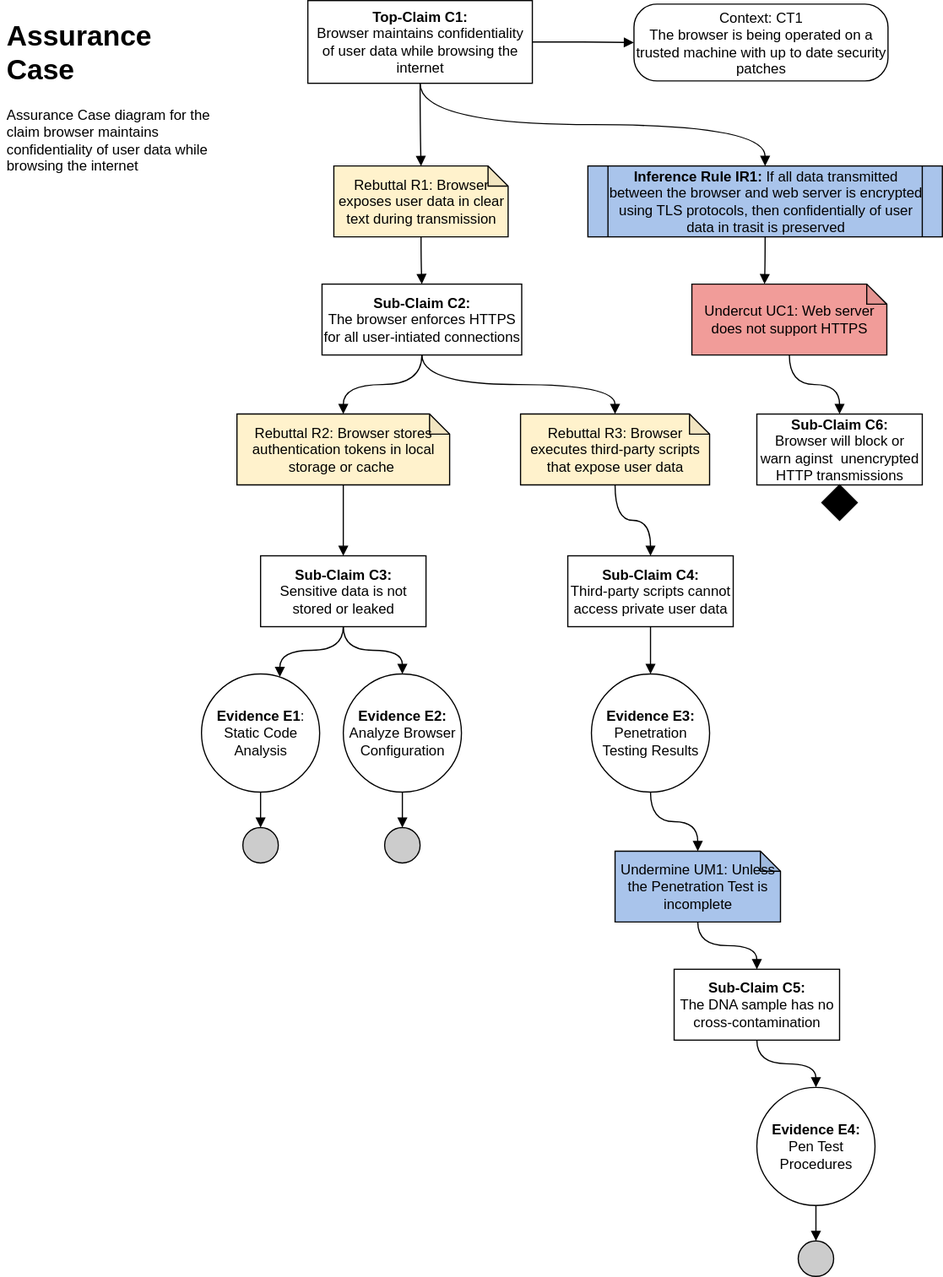
Earlier version of the draw.io export docs/Navigate_URL_Assurance_Case.svg (chauler/CYBR8420-Team5-Project). Source tidied: cells renumbered, new cells last; positions are measured from the earlier drawing's top-left corner, leaving out a move shared by most shapes. Its diagram source:
```xml
<mxGraphModel>
  <root>
    <mxCell id="0" />
    <mxCell id="1" parent="0" />
    <mxCell id="2" value="&lt;h1&gt;Assurance Case&lt;/h1&gt;&lt;p&gt;Assurance Case diagram for the claim browser maintains confidentiality of user data while browsing the internet&lt;/p&gt;" style="text;html=1;strokeColor=none;fillColor=none;spacing=5;spacingTop=-20;whiteSpace=wrap;overflow=hidden;rounded=0;" parent="1" vertex="1">
      <mxGeometry y="10" width="190" height="150" as="geometry" />
    </mxCell>
    <mxCell id="3" style="edgeStyle=orthogonalEdgeStyle;rounded=0;jettySize=auto;html=1;exitX=1;exitY=0.5;exitDx=0;exitDy=0;entryX=0;entryY=0.5;entryDx=0;entryDy=0;endArrow=block;endFill=1;" parent="1" edge="1" source="6" target="7">
      <mxGeometry relative="1" as="geometry" />
    </mxCell>
    <mxCell id="4" style="edgeStyle=orthogonalEdgeStyle;rounded=0;jettySize=auto;html=1;endArrow=block;endFill=1;curved=1;" parent="1" edge="1" source="6" target="9">
      <mxGeometry relative="1" as="geometry" />
    </mxCell>
    <mxCell id="5" style="edgeStyle=orthogonalEdgeStyle;curved=1;rounded=0;jettySize=auto;html=1;exitX=0.5;exitY=1;exitDx=0;exitDy=0;endArrow=block;endFill=1;" parent="1" edge="1" source="6" target="38">
      <mxGeometry relative="1" as="geometry" />
    </mxCell>
    <mxCell id="6" value="&lt;b&gt;Top-Claim C1:&lt;br&gt;&lt;/b&gt;Browser maintains confidentiality of user data while browsing the internet" style="rounded=0;whiteSpace=wrap;html=1;" parent="1" vertex="1">
      <mxGeometry x="260" width="190" height="70" as="geometry" />
    </mxCell>
    <mxCell id="7" value="Context: CT1&lt;br&gt;The browser is being operated on a trusted machine with up to date security patches" style="rounded=1;whiteSpace=wrap;html=1;arcSize=30;" parent="1" vertex="1">
      <mxGeometry x="536" y="3" width="215" height="65" as="geometry" />
    </mxCell>
    <mxCell id="8" style="edgeStyle=orthogonalEdgeStyle;curved=1;rounded=0;jettySize=auto;html=1;endArrow=block;endFill=1;" parent="1" edge="1" source="9" target="12">
      <mxGeometry relative="1" as="geometry" />
    </mxCell>
    <mxCell id="9" value="Rebuttal R1: Browser exposes user data in clear text during transmission" style="shape=note;whiteSpace=wrap;html=1;backgroundOutline=1;darkOpacity=0.05;size=17;fillColor=#FFF2CC;" parent="1" vertex="1">
      <mxGeometry x="282" y="140" width="147.5" height="60" as="geometry" />
    </mxCell>
    <mxCell id="10" style="edgeStyle=orthogonalEdgeStyle;curved=1;rounded=0;jettySize=auto;html=1;exitX=0.5;exitY=1;exitDx=0;exitDy=0;entryX=0.5;entryY=0;entryDx=0;entryDy=0;entryPerimeter=0;endArrow=block;endFill=1;" parent="1" edge="1" source="12" target="14">
      <mxGeometry relative="1" as="geometry" />
    </mxCell>
    <mxCell id="11" style="edgeStyle=orthogonalEdgeStyle;curved=1;rounded=0;jettySize=auto;html=1;exitX=0.5;exitY=1;exitDx=0;exitDy=0;entryX=0.5;entryY=0;entryDx=0;entryDy=0;entryPerimeter=0;endArrow=block;endFill=1;" parent="1" edge="1" source="12" target="16">
      <mxGeometry relative="1" as="geometry" />
    </mxCell>
    <mxCell id="12" value="&lt;b&gt;Sub-Claim C2:&lt;br&gt;&lt;/b&gt;The browser enforces HTTPS for all user-intiated connections" style="rounded=0;whiteSpace=wrap;html=1;" parent="1" vertex="1">
      <mxGeometry x="272" y="240" width="169" height="60" as="geometry" />
    </mxCell>
    <mxCell id="13" style="edgeStyle=orthogonalEdgeStyle;curved=1;rounded=0;jettySize=auto;html=1;exitX=0.5;exitY=1;exitDx=0;exitDy=0;exitPerimeter=0;entryX=0.5;entryY=0;entryDx=0;entryDy=0;endArrow=block;endFill=1;" parent="1" edge="1" source="14" target="19">
      <mxGeometry relative="1" as="geometry" />
    </mxCell>
    <mxCell id="14" value="Rebuttal R2: Browser stores authentication tokens in local storage or cache&amp;nbsp;" style="shape=note;whiteSpace=wrap;html=1;backgroundOutline=1;darkOpacity=0.05;size=17;fillColor=#FFF2CC;" parent="1" vertex="1">
      <mxGeometry x="200" y="350" width="180" height="60" as="geometry" />
    </mxCell>
    <mxCell id="15" style="edgeStyle=orthogonalEdgeStyle;curved=1;rounded=0;jettySize=auto;html=1;endArrow=block;endFill=1;" parent="1" edge="1" source="16" target="21">
      <mxGeometry relative="1" as="geometry" />
    </mxCell>
    <mxCell id="16" value="Rebuttal R3: Browser executes third-party scripts that expose user data" style="shape=note;whiteSpace=wrap;html=1;backgroundOutline=1;darkOpacity=0.05;size=17;fillColor=#FFF2CC;" parent="1" vertex="1">
      <mxGeometry x="440" y="350" width="160" height="60" as="geometry" />
    </mxCell>
    <mxCell id="17" style="edgeStyle=orthogonalEdgeStyle;curved=1;rounded=0;jettySize=auto;html=1;exitX=0.5;exitY=1;exitDx=0;exitDy=0;entryX=0.663;entryY=0.025;entryDx=0;entryDy=0;entryPerimeter=0;endArrow=block;endFill=1;" parent="1" edge="1" source="19" target="23">
      <mxGeometry relative="1" as="geometry" />
    </mxCell>
    <mxCell id="18" style="edgeStyle=orthogonalEdgeStyle;curved=1;rounded=0;jettySize=auto;html=1;entryX=0.5;entryY=0;entryDx=0;entryDy=0;endArrow=block;endFill=1;" parent="1" edge="1" source="19" target="25">
      <mxGeometry relative="1" as="geometry" />
    </mxCell>
    <mxCell id="19" value="&lt;b&gt;Sub-Claim C3:&lt;br&gt;&lt;/b&gt;Sensitive data is not stored or leaked" style="rounded=0;whiteSpace=wrap;html=1;" parent="1" vertex="1">
      <mxGeometry x="220" y="470" width="140" height="60" as="geometry" />
    </mxCell>
    <mxCell id="20" style="edgeStyle=orthogonalEdgeStyle;curved=1;rounded=0;jettySize=auto;html=1;entryX=0.5;entryY=0;entryDx=0;entryDy=0;endArrow=block;endFill=1;" parent="1" edge="1" source="21" target="29">
      <mxGeometry relative="1" as="geometry" />
    </mxCell>
    <mxCell id="21" value="&lt;b&gt;Sub-Claim C4:&lt;br&gt;&lt;/b&gt;Third-party scripts cannot access private user data" style="rounded=0;whiteSpace=wrap;html=1;" parent="1" vertex="1">
      <mxGeometry x="480" y="470" width="140" height="60" as="geometry" />
    </mxCell>
    <mxCell id="22" style="edgeStyle=orthogonalEdgeStyle;curved=1;rounded=0;jettySize=auto;html=1;entryX=0.5;entryY=0;entryDx=0;entryDy=0;endArrow=block;endFill=1;" parent="1" edge="1" source="23" target="26">
      <mxGeometry relative="1" as="geometry" />
    </mxCell>
    <mxCell id="23" value="&lt;b&gt;Evidence E1&lt;/b&gt;:&lt;br&gt;Static Code Analysis" style="ellipse;whiteSpace=wrap;html=1;fillColor=#ffffff;rounded=0;" parent="1" vertex="1">
      <mxGeometry x="170" y="570" width="100" height="100" as="geometry" />
    </mxCell>
    <mxCell id="24" style="edgeStyle=orthogonalEdgeStyle;curved=1;rounded=0;jettySize=auto;html=1;entryX=0.5;entryY=0;entryDx=0;entryDy=0;endArrow=block;endFill=1;" parent="1" edge="1" source="25" target="27">
      <mxGeometry relative="1" as="geometry" />
    </mxCell>
    <mxCell id="25" value="&lt;b&gt;Evidence E2:&lt;/b&gt;&lt;br&gt;Analyze Browser Configuration" style="ellipse;whiteSpace=wrap;html=1;fillColor=#ffffff;rounded=0;" parent="1" vertex="1">
      <mxGeometry x="290" y="570" width="100" height="100" as="geometry" />
    </mxCell>
    <mxCell id="26" style="ellipse;whiteSpace=wrap;html=1;fillColor=#CCCCCC;" parent="1" vertex="1">
      <mxGeometry x="205" y="700" width="30" height="30" as="geometry" />
    </mxCell>
    <mxCell id="27" style="ellipse;whiteSpace=wrap;html=1;fillColor=#CCCCCC;" parent="1" vertex="1">
      <mxGeometry x="325" y="700" width="30" height="30" as="geometry" />
    </mxCell>
    <mxCell id="28" style="edgeStyle=orthogonalEdgeStyle;curved=1;rounded=0;jettySize=auto;html=1;entryX=0.5;entryY=0;entryDx=0;entryDy=0;entryPerimeter=0;endArrow=block;endFill=1;" parent="1" edge="1" source="29" target="31">
      <mxGeometry relative="1" as="geometry" />
    </mxCell>
    <mxCell id="29" value="&lt;b&gt;Evidence E3:&lt;/b&gt;&lt;br&gt;Penetration Testing Results" style="ellipse;whiteSpace=wrap;html=1;fillColor=#ffffff;rounded=0;" parent="1" vertex="1">
      <mxGeometry x="500" y="570" width="100" height="100" as="geometry" />
    </mxCell>
    <mxCell id="30" style="edgeStyle=orthogonalEdgeStyle;curved=1;rounded=0;jettySize=auto;html=1;endArrow=block;endFill=1;" parent="1" edge="1" source="31" target="33">
      <mxGeometry relative="1" as="geometry" />
    </mxCell>
    <mxCell id="31" value="Undermine UM1: Unless the Penetration Test is incomplete" style="shape=note;whiteSpace=wrap;html=1;backgroundOutline=1;darkOpacity=0.05;size=17;fillColor=#A9C4EB;" parent="1" vertex="1">
      <mxGeometry x="520" y="720" width="140" height="60" as="geometry" />
    </mxCell>
    <mxCell id="32" style="edgeStyle=orthogonalEdgeStyle;curved=1;rounded=0;jettySize=auto;html=1;endArrow=block;endFill=1;" parent="1" edge="1" source="33" target="35">
      <mxGeometry relative="1" as="geometry" />
    </mxCell>
    <mxCell id="33" value="&lt;b&gt;Sub-Claim C5:&lt;br&gt;&lt;/b&gt;The DNA sample has no cross-contamination" style="rounded=0;whiteSpace=wrap;html=1;" parent="1" vertex="1">
      <mxGeometry x="570" y="820" width="140" height="60" as="geometry" />
    </mxCell>
    <mxCell id="34" style="edgeStyle=orthogonalEdgeStyle;curved=1;rounded=0;jettySize=auto;html=1;entryX=0.5;entryY=0;entryDx=0;entryDy=0;endArrow=block;endFill=1;" parent="1" edge="1" source="35" target="36">
      <mxGeometry relative="1" as="geometry" />
    </mxCell>
    <mxCell id="35" value="&lt;b&gt;Evidence E4:&lt;/b&gt;&lt;br&gt;Pen Test Procedures" style="ellipse;whiteSpace=wrap;html=1;fillColor=#ffffff;rounded=0;" parent="1" vertex="1">
      <mxGeometry x="640" y="920" width="100" height="100" as="geometry" />
    </mxCell>
    <mxCell id="36" style="ellipse;whiteSpace=wrap;html=1;fillColor=#CCCCCC;" parent="1" vertex="1">
      <mxGeometry x="675" y="1050" width="30" height="30" as="geometry" />
    </mxCell>
    <mxCell id="37" style="edgeStyle=orthogonalEdgeStyle;curved=1;rounded=0;jettySize=auto;html=1;entryX=0;entryY=0;entryDx=61.5;entryDy=0;entryPerimeter=0;endArrow=block;endFill=1;" parent="1" edge="1" source="38" target="40">
      <mxGeometry relative="1" as="geometry" />
    </mxCell>
    <mxCell id="38" value="&lt;b&gt;Inference Rule IR1: &lt;/b&gt;If all data transmitted between the browser and web server is encrypted using TLS protocols, then confidentially of user data in trasit is preserved" style="shape=process;whiteSpace=wrap;html=1;backgroundOutline=1;fillColor=#A9C4EB;size=0.05555555555555555;" parent="1" vertex="1">
      <mxGeometry x="497" y="140" width="300" height="60" as="geometry" />
    </mxCell>
    <mxCell id="39" style="edgeStyle=orthogonalEdgeStyle;curved=1;rounded=0;jettySize=auto;html=1;endArrow=block;endFill=1;" parent="1" edge="1" source="40" target="41">
      <mxGeometry relative="1" as="geometry" />
    </mxCell>
    <mxCell id="40" value="Undercut UC1: Web server does not support HTTPS" style="shape=note;whiteSpace=wrap;html=1;backgroundOutline=1;darkOpacity=0.05;size=17;fillColor=#F19C99;" parent="1" vertex="1">
      <mxGeometry x="585" y="240" width="165" height="60" as="geometry" />
    </mxCell>
    <mxCell id="41" value="&lt;b&gt;Sub-Claim C6:&lt;br&gt;&lt;/b&gt;Browser will block or warn aginst&amp;nbsp; unencrypted HTTP transmissions" style="rounded=0;whiteSpace=wrap;html=1;" parent="1" vertex="1">
      <mxGeometry x="640" y="350" width="140" height="60" as="geometry" />
    </mxCell>
    <mxCell id="42" style="rhombus;whiteSpace=wrap;html=1;fillColor=#000000;" parent="1" vertex="1">
      <mxGeometry x="695" y="410" width="30" height="30" as="geometry" />
    </mxCell>
  </root>
</mxGraphModel>
```
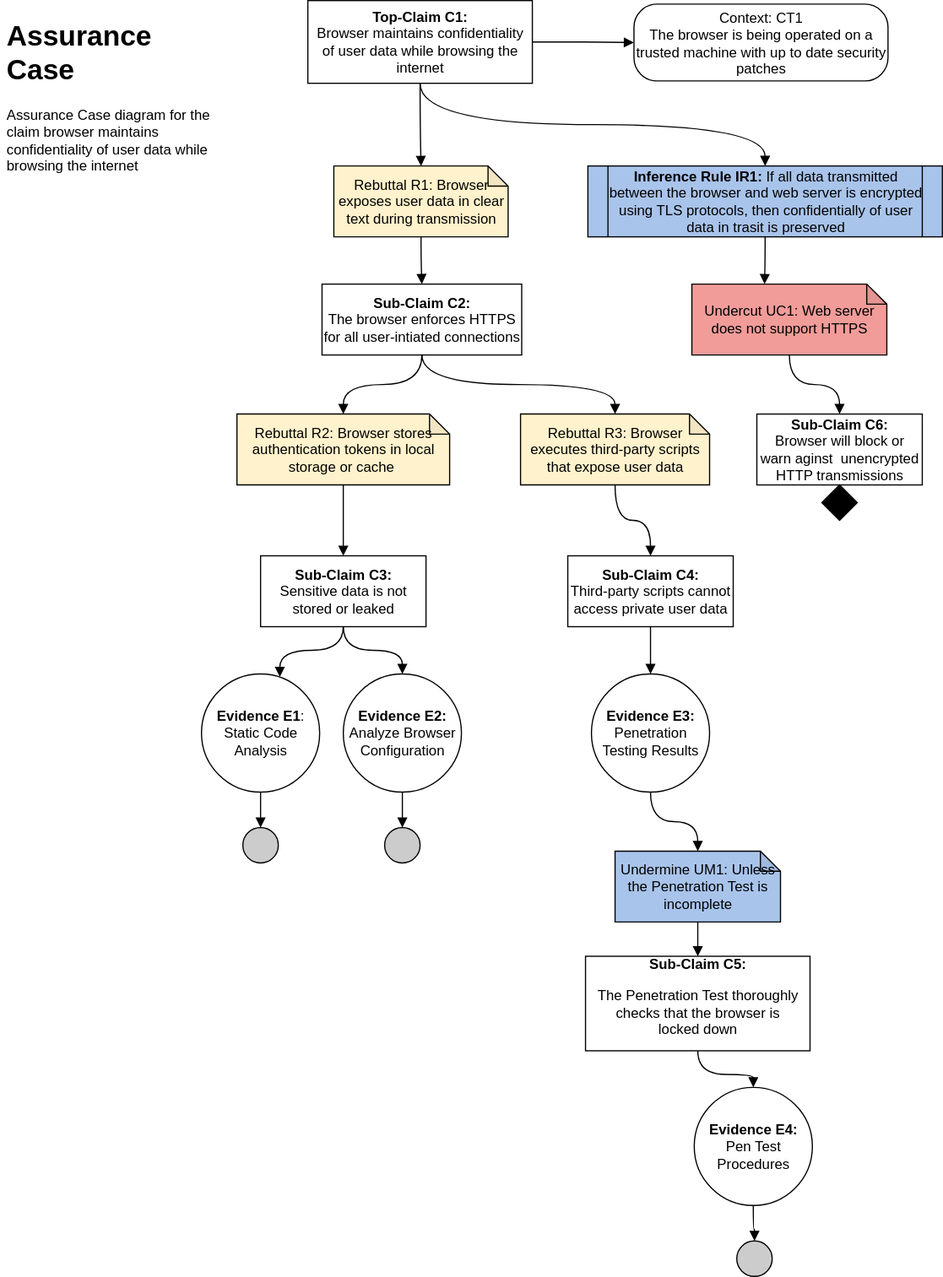
The same diagram one commit later.

Commit message:
update Sub-Claim

Diff of the diagram source:
```diff
@@ -95,17 +95,17 @@
     <mxCell id="32" style="edgeStyle=orthogonalEdgeStyle;curved=1;rounded=0;jettySize=auto;html=1;endArrow=block;endFill=1;" parent="1" edge="1" source="33" target="35">
       <mxGeometry relative="1" as="geometry" />
     </mxCell>
-    <mxCell id="33" value="&lt;b&gt;Sub-Claim C5:&lt;br&gt;&lt;/b&gt;The DNA sample has no cross-contamination" style="rounded=0;whiteSpace=wrap;html=1;" parent="1" vertex="1">
-      <mxGeometry x="570" y="820" width="140" height="60" as="geometry" />
+    <mxCell id="33" value="&lt;b&gt;Sub-Claim C5:&lt;br&gt;&lt;/b&gt;&lt;p class=&quot;MsoNormal&quot;&gt;The Penetration Test thoroughly checks that the browser is&lt;br/&gt;locked down&lt;/p&gt;" style="rounded=0;whiteSpace=wrap;html=1;" parent="1" vertex="1">
+      <mxGeometry x="495" y="809" width="190" height="80" as="geometry" />
     </mxCell>
     <mxCell id="34" style="edgeStyle=orthogonalEdgeStyle;curved=1;rounded=0;jettySize=auto;html=1;entryX=0.5;entryY=0;entryDx=0;entryDy=0;endArrow=block;endFill=1;" parent="1" edge="1" source="35" target="36">
       <mxGeometry relative="1" as="geometry" />
     </mxCell>
     <mxCell id="35" value="&lt;b&gt;Evidence E4:&lt;/b&gt;&lt;br&gt;Pen Test Procedures" style="ellipse;whiteSpace=wrap;html=1;fillColor=#ffffff;rounded=0;" parent="1" vertex="1">
-      <mxGeometry x="640" y="920" width="100" height="100" as="geometry" />
+      <mxGeometry x="587" y="920" width="100" height="100" as="geometry" />
     </mxCell>
     <mxCell id="36" style="ellipse;whiteSpace=wrap;html=1;fillColor=#CCCCCC;" parent="1" vertex="1">
-      <mxGeometry x="675" y="1050" width="30" height="30" as="geometry" />
+      <mxGeometry x="623" y="1050" width="30" height="30" as="geometry" />
     </mxCell>
     <mxCell id="37" style="edgeStyle=orthogonalEdgeStyle;curved=1;rounded=0;jettySize=auto;html=1;entryX=0;entryY=0;entryDx=61.5;entryDy=0;entryPerimeter=0;endArrow=block;endFill=1;" parent="1" edge="1" source="38" target="40">
       <mxGeometry relative="1" as="geometry" />
```
